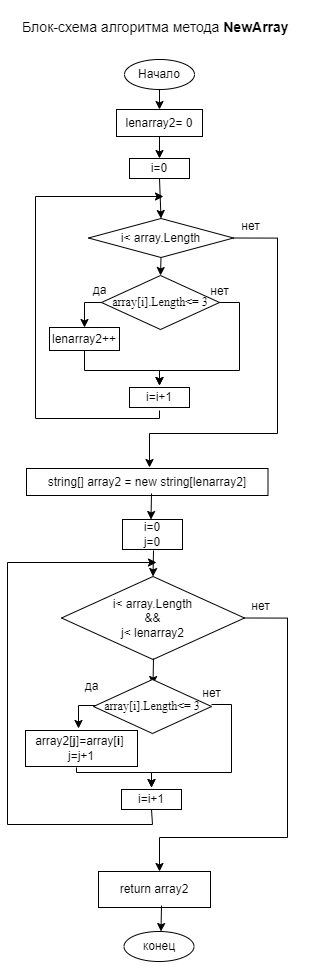
This is BLOCK_DIAGRAM/diagram.png from Nataly-25-11/FINAL_TASK, a draw.io export, as it was before one commit. Source tidied: cells renumbered, new cells last; positions are measured from the earlier drawing's top-left corner, leaving out a move shared by most shapes. The source it was exported from:
```xml
<mxGraphModel background="#ffffff">
  <root>
    <mxCell id="0" />
    <mxCell id="1" parent="0" />
    <mxCell id="2" style="edgeStyle=orthogonalEdgeStyle;rounded=0;jettySize=auto;html=1;exitX=0.5;exitY=1;exitDx=0;exitDy=0;entryX=0.5;entryY=0;entryDx=0;entryDy=0;" parent="1" edge="1" source="3">
      <mxGeometry relative="1" as="geometry">
        <mxPoint x="152" y="109" as="targetPoint" />
      </mxGeometry>
    </mxCell>
    <mxCell id="3" value="&lt;p align=&quot;center&quot; class=&quot;MsoNormal&quot;&gt;Начало&lt;/p&gt;" style="ellipse;whiteSpace=wrap;html=1;" parent="1" vertex="1">
      <mxGeometry x="117" y="59" width="70" height="30" as="geometry" />
    </mxCell>
    <mxCell id="4" style="edgeStyle=orthogonalEdgeStyle;rounded=0;jettySize=auto;html=1;exitX=0.5;exitY=1;exitDx=0;exitDy=0;entryX=0.5;entryY=0;entryDx=0;entryDy=0;" parent="1" edge="1" source="5" target="7">
      <mxGeometry relative="1" as="geometry" />
    </mxCell>
    <mxCell id="5" value="&lt;span lang=&quot;EN-US&quot;&gt;lenarray2= 0&lt;/span&gt;" style="rounded=0;whiteSpace=wrap;html=1;" parent="1" vertex="1">
      <mxGeometry x="109" y="109" width="86" height="27" as="geometry" />
    </mxCell>
    <mxCell id="6" style="edgeStyle=none;rounded=0;jettySize=auto;html=1;exitX=0.5;exitY=1;exitDx=0;exitDy=0;entryX=0.5;entryY=0;entryDx=0;entryDy=0;" parent="1" edge="1" source="7" target="10">
      <mxGeometry relative="1" as="geometry" />
    </mxCell>
    <mxCell id="7" value="i=0" style="rounded=0;whiteSpace=wrap;html=1;" parent="1" vertex="1">
      <mxGeometry x="122" y="158" width="60" height="20" as="geometry" />
    </mxCell>
    <mxCell id="8" style="edgeStyle=orthogonalEdgeStyle;rounded=0;jettySize=auto;html=1;exitX=0.5;exitY=1;exitDx=0;exitDy=0;entryX=0.5;entryY=0;entryDx=0;entryDy=0;" parent="1" edge="1" source="10" target="13">
      <mxGeometry relative="1" as="geometry" />
    </mxCell>
    <mxCell id="9" style="edgeStyle=orthogonalEdgeStyle;rounded=0;jettySize=auto;html=1;exitX=1;exitY=0.5;exitDx=0;exitDy=0;" parent="1" edge="1" source="10">
      <mxGeometry relative="1" as="geometry">
        <mxPoint x="142" y="467" as="targetPoint" />
        <Array as="points">
          <mxPoint x="270" y="238" />
          <mxPoint x="270" y="433" />
          <mxPoint x="142" y="433" />
        </Array>
      </mxGeometry>
    </mxCell>
    <mxCell id="10" value="&lt;span lang=&quot;EN-US&quot;&gt;i&amp;lt; array.Length&lt;/span&gt;" style="rhombus;whiteSpace=wrap;html=1;" parent="1" vertex="1">
      <mxGeometry x="81" y="218" width="145" height="39" as="geometry" />
    </mxCell>
    <mxCell id="11" style="edgeStyle=orthogonalEdgeStyle;rounded=0;jettySize=auto;html=1;exitX=0;exitY=0.5;exitDx=0;exitDy=0;entryX=0.5;entryY=0;entryDx=0;entryDy=0;" parent="1" edge="1" source="13" target="15">
      <mxGeometry relative="1" as="geometry" />
    </mxCell>
    <mxCell id="12" style="edgeStyle=orthogonalEdgeStyle;rounded=0;orthogonalLoop=1;jettySize=auto;html=1;exitX=1;exitY=0.5;exitDx=0;exitDy=0;entryX=0.5;entryY=0;entryDx=0;entryDy=0;" parent="1" edge="1">
      <mxGeometry relative="1" as="geometry">
        <mxPoint x="212" y="302" as="sourcePoint" />
        <mxPoint x="152" y="385" as="targetPoint" />
        <Array as="points">
          <mxPoint x="232" y="302" />
          <mxPoint x="232" y="370" />
          <mxPoint x="152" y="370" />
        </Array>
      </mxGeometry>
    </mxCell>
    <mxCell id="13" value="&lt;span lang=&quot;EN-US&quot;&gt;&lt;font style=&quot;font-size: 12px;&quot; face=&quot;Times New Roman&quot;&gt;array[i].Length&amp;lt;= 3&lt;/font&gt;&lt;/span&gt;" style="rhombus;whiteSpace=wrap;html=1;" parent="1" vertex="1">
      <mxGeometry x="94" y="275" width="118" height="54" as="geometry" />
    </mxCell>
    <mxCell id="14" style="edgeStyle=orthogonalEdgeStyle;rounded=0;jettySize=auto;html=1;exitX=0.5;exitY=1;exitDx=0;exitDy=0;" parent="1" edge="1" source="15">
      <mxGeometry relative="1" as="geometry">
        <mxPoint x="152" y="385" as="targetPoint" />
        <Array as="points">
          <mxPoint x="77" y="370" />
          <mxPoint x="152" y="370" />
        </Array>
      </mxGeometry>
    </mxCell>
    <mxCell id="15" value="&lt;p class=&quot;MsoNormal&quot;&gt;&lt;span lang=&quot;EN-US&quot;&gt;lenarray2++&lt;/span&gt;&lt;/p&gt;" style="rounded=0;whiteSpace=wrap;html=1;" parent="1" vertex="1">
      <mxGeometry x="42" y="327" width="70" height="23" as="geometry" />
    </mxCell>
    <mxCell id="16" style="edgeStyle=orthogonalEdgeStyle;rounded=0;orthogonalLoop=1;jettySize=auto;html=1;" parent="1" edge="1">
      <mxGeometry relative="1" as="geometry">
        <mxPoint x="152" y="410" as="sourcePoint" />
        <mxPoint x="156" y="196" as="targetPoint" />
        <Array as="points">
          <mxPoint x="152" y="418" />
          <mxPoint x="28" y="418" />
          <mxPoint x="28" y="196" />
        </Array>
      </mxGeometry>
    </mxCell>
    <mxCell id="17" value="i=i+1" style="rounded=0;whiteSpace=wrap;html=1;" parent="1" vertex="1">
      <mxGeometry x="122" y="387" width="60" height="20" as="geometry" />
    </mxCell>
    <mxCell id="18" value="нет" style="text;html=1;align=center;verticalAlign=middle;strokeColor=none;fillColor=none;" parent="1" vertex="1">
      <mxGeometry x="192" y="276" width="40" height="30" as="geometry" />
    </mxCell>
    <mxCell id="19" value="да" style="text;html=1;align=center;verticalAlign=middle;strokeColor=none;fillColor=none;" parent="1" vertex="1">
      <mxGeometry x="72" y="275" width="40" height="30" as="geometry" />
    </mxCell>
    <mxCell id="20" value="&lt;p align=&quot;center&quot; class=&quot;MsoNormal&quot;&gt;конец&lt;/p&gt;" style="ellipse;whiteSpace=wrap;html=1;" parent="1" vertex="1">
      <mxGeometry x="116.5" y="931" width="70" height="30" as="geometry" />
    </mxCell>
    <mxCell id="21" value="&lt;p class=&quot;MsoNormal&quot;&gt;&lt;font style=&quot;font-size: 14px;&quot;&gt;Блок-схема алгоритма метода &lt;b&gt;NewArray&lt;/b&gt;&lt;/font&gt;&lt;/p&gt;" style="text;whiteSpace=wrap;html=1;" parent="1" vertex="1">
      <mxGeometry x="13" width="305" height="50" as="geometry" />
    </mxCell>
    <mxCell id="22" value="&lt;span lang=&quot;EN-US&quot;&gt;string[] array2 = new string[lenarray2]&lt;/span&gt;" style="rounded=0;whiteSpace=wrap;html=1;" parent="1" vertex="1">
      <mxGeometry x="19" y="468" width="241.5" height="27" as="geometry" />
    </mxCell>
    <mxCell id="23" value="i=0&lt;br&gt;&lt;span style=&quot;font-size:11.0pt;line-height:&lt;br/&gt;107%;font-family:&amp;quot;Calibri&amp;quot;,sans-serif;mso-ascii-theme-font:minor-latin;&lt;br/&gt;mso-fareast-font-family:Calibri;mso-fareast-theme-font:minor-latin;mso-hansi-theme-font:&lt;br/&gt;minor-latin;mso-bidi-font-family:&amp;quot;Times New Roman&amp;quot;;mso-bidi-theme-font:minor-bidi;&lt;br/&gt;mso-ansi-language:EN-US;mso-fareast-language:EN-US;mso-bidi-language:AR-SA&quot; lang=&quot;EN-US&quot;&gt;j=0&lt;/span&gt;" style="rounded=0;whiteSpace=wrap;html=1;" parent="1" vertex="1">
      <mxGeometry x="115" y="519" width="60" height="30" as="geometry" />
    </mxCell>
    <mxCell id="24" style="edgeStyle=none;rounded=0;orthogonalLoop=1;jettySize=auto;html=1;entryX=0.5;entryY=0;entryDx=0;entryDy=0;" parent="1" edge="1">
      <mxGeometry relative="1" as="geometry">
        <mxPoint x="144" y="493" as="sourcePoint" />
        <mxPoint x="143.5" y="519" as="targetPoint" />
      </mxGeometry>
    </mxCell>
    <mxCell id="25" value="&lt;span lang=&quot;EN-US&quot;&gt;i&amp;lt; array.Length&lt;br&gt;&lt;span lang=&quot;EN-US&quot;&gt;&amp;amp;&amp;amp;&lt;br&gt;j&amp;lt; lenarray2&lt;/span&gt;&lt;br&gt;&lt;/span&gt;" style="rhombus;whiteSpace=wrap;html=1;" parent="1" vertex="1">
      <mxGeometry x="54" y="576" width="183" height="83" as="geometry" />
    </mxCell>
    <mxCell id="26" style="edgeStyle=none;rounded=0;orthogonalLoop=1;jettySize=auto;html=1;entryX=0.5;entryY=0;entryDx=0;entryDy=0;" parent="1" edge="1">
      <mxGeometry relative="1" as="geometry">
        <mxPoint x="146" y="550" as="sourcePoint" />
        <mxPoint x="145.5" y="576" as="targetPoint" />
      </mxGeometry>
    </mxCell>
    <mxCell id="27" style="edgeStyle=none;rounded=0;orthogonalLoop=1;jettySize=auto;html=1;entryX=0.5;entryY=0;entryDx=0;entryDy=0;" parent="1" edge="1">
      <mxGeometry relative="1" as="geometry">
        <mxPoint x="146" y="658" as="sourcePoint" />
        <mxPoint x="145.5" y="684" as="targetPoint" />
      </mxGeometry>
    </mxCell>
    <mxCell id="28" style="edgeStyle=orthogonalEdgeStyle;rounded=0;orthogonalLoop=1;jettySize=auto;html=1;exitX=1;exitY=0.5;exitDx=0;exitDy=0;entryX=0.5;entryY=0;entryDx=0;entryDy=0;" parent="1" edge="1">
      <mxGeometry relative="1" as="geometry">
        <mxPoint x="204" y="704" as="sourcePoint" />
        <mxPoint x="144" y="787" as="targetPoint" />
        <Array as="points">
          <mxPoint x="224" y="704" />
          <mxPoint x="224" y="772" />
          <mxPoint x="144" y="772" />
        </Array>
      </mxGeometry>
    </mxCell>
    <mxCell id="29" value="&lt;span style=&quot;font-family: &amp;quot;Times New Roman&amp;quot;;&quot;&gt;array[i].Length&amp;lt;= 3&lt;/span&gt;" style="rhombus;whiteSpace=wrap;html=1;" parent="1" vertex="1">
      <mxGeometry x="86" y="679" width="118" height="54" as="geometry" />
    </mxCell>
    <mxCell id="30" value="&lt;span style=&quot;background-color: initial;&quot;&gt;array2[&lt;b&gt;j&lt;/b&gt;]=array[&lt;b&gt;i&lt;/b&gt;]&amp;nbsp;&lt;/span&gt;&lt;br&gt;&lt;span style=&quot;background-color: initial;&quot;&gt;j=j+1&lt;/span&gt;" style="rounded=0;whiteSpace=wrap;html=1;align=center;" parent="1" vertex="1">
      <mxGeometry x="18" y="730" width="112" height="36" as="geometry" />
    </mxCell>
    <mxCell id="31" value="i=i+1" style="rounded=0;whiteSpace=wrap;html=1;" parent="1" vertex="1">
      <mxGeometry x="114" y="789" width="60" height="20" as="geometry" />
    </mxCell>
    <mxCell id="32" value="нет" style="text;html=1;align=center;verticalAlign=middle;strokeColor=none;fillColor=none;" parent="1" vertex="1">
      <mxGeometry x="184" y="678" width="40" height="30" as="geometry" />
    </mxCell>
    <mxCell id="33" value="да" style="text;html=1;align=center;verticalAlign=middle;strokeColor=none;fillColor=none;" parent="1" vertex="1">
      <mxGeometry x="64" y="671" width="40" height="30" as="geometry" />
    </mxCell>
    <mxCell id="34" style="edgeStyle=orthogonalEdgeStyle;rounded=0;orthogonalLoop=1;jettySize=auto;html=1;exitX=0;exitY=0.5;exitDx=0;exitDy=0;entryX=0.5;entryY=0;entryDx=0;entryDy=0;" parent="1" edge="1">
      <mxGeometry relative="1" as="geometry">
        <mxPoint x="88" y="705" as="sourcePoint" />
        <mxPoint x="71" y="728" as="targetPoint" />
      </mxGeometry>
    </mxCell>
    <mxCell id="35" style="edgeStyle=orthogonalEdgeStyle;rounded=0;orthogonalLoop=1;jettySize=auto;html=1;" parent="1" edge="1">
      <mxGeometry relative="1" as="geometry">
        <mxPoint x="69" y="767" as="sourcePoint" />
        <mxPoint x="144" y="787" as="targetPoint" />
        <Array as="points">
          <mxPoint x="69" y="772" />
          <mxPoint x="144" y="772" />
        </Array>
      </mxGeometry>
    </mxCell>
    <mxCell id="36" style="edgeStyle=orthogonalEdgeStyle;rounded=0;jettySize=auto;html=1;exitX=0.5;exitY=1;exitDx=0;exitDy=0;" parent="1" edge="1" source="31">
      <mxGeometry relative="1" as="geometry">
        <mxPoint x="149" y="562" as="targetPoint" />
        <Array as="points">
          <mxPoint x="145" y="809" />
          <mxPoint x="145" y="824" />
          <mxPoint y="824" />
          <mxPoint y="562" />
        </Array>
      </mxGeometry>
    </mxCell>
    <mxCell id="37" value="&lt;span style=&quot;color: rgba(0, 0, 0, 0); font-family: monospace; font-size: 0px; text-align: start;&quot;&gt;%3CmxGraphModel%3E%3Croot%3E%3CmxCell%20id%3D%220%22%2F%3E%3CmxCell%20id%3D%221%22%20parent%3D%220%22%2F%3E%3CmxCell%20id%3D%222%22%20value%3D%22%D0%BD%D0%B5%D1%82%22%20style%3D%22text%3Bhtml%3D1%3Balign%3Dcenter%3BverticalAlign%3Dmiddle%3Bresizable%3D0%3Bpoints%3D%5B%5D%3Bautosize%3D1%3BstrokeColor%3Dnone%3BfillColor%3Dnone%3B%22%20vertex%3D%221%22%20parent%3D%221%22%3E%3CmxGeometry%20x%3D%22260%22%20y%3D%22307%22%20width%3D%2240%22%20height%3D%2230%22%20as%3D%22geometry%22%2F%3E%3C%2FmxCell%3E%3C%2Froot%3E%3C%2FmxGraphModel%3E&lt;/span&gt;" style="text;html=1;align=center;verticalAlign=middle;strokeColor=none;fillColor=none;" parent="1" vertex="1">
      <mxGeometry x="243" y="207" width="18" height="26" as="geometry" />
    </mxCell>
    <mxCell id="38" value="нет" style="text;html=1;align=center;verticalAlign=middle;strokeColor=none;fillColor=none;" parent="1" vertex="1">
      <mxGeometry x="223" y="211" width="40" height="30" as="geometry" />
    </mxCell>
    <mxCell id="39" style="edgeStyle=orthogonalEdgeStyle;rounded=0;jettySize=auto;html=1;exitX=1;exitY=0.5;exitDx=0;exitDy=0;" parent="1" edge="1" source="25">
      <mxGeometry relative="1" as="geometry">
        <mxPoint x="152" y="871" as="targetPoint" />
        <Array as="points">
          <mxPoint x="280" y="617" />
          <mxPoint x="280" y="837" />
          <mxPoint x="152" y="837" />
        </Array>
      </mxGeometry>
    </mxCell>
    <mxCell id="40" value="нет" style="text;html=1;align=center;verticalAlign=middle;strokeColor=none;fillColor=none;" parent="1" vertex="1">
      <mxGeometry x="233" y="591" width="40" height="30" as="geometry" />
    </mxCell>
    <mxCell id="41" value="&lt;span&gt;return array2&lt;/span&gt;" style="rounded=0;whiteSpace=wrap;html=1;align=center;" parent="1" vertex="1">
      <mxGeometry x="91" y="871" width="112" height="36" as="geometry" />
    </mxCell>
    <mxCell id="42" style="edgeStyle=none;rounded=0;orthogonalLoop=1;jettySize=auto;html=1;entryX=0.5;entryY=0;entryDx=0;entryDy=0;" parent="1" edge="1">
      <mxGeometry relative="1" as="geometry">
        <mxPoint x="154" y="905" as="sourcePoint" />
        <mxPoint x="153.5" y="931" as="targetPoint" />
      </mxGeometry>
    </mxCell>
  </root>
</mxGraphModel>
```
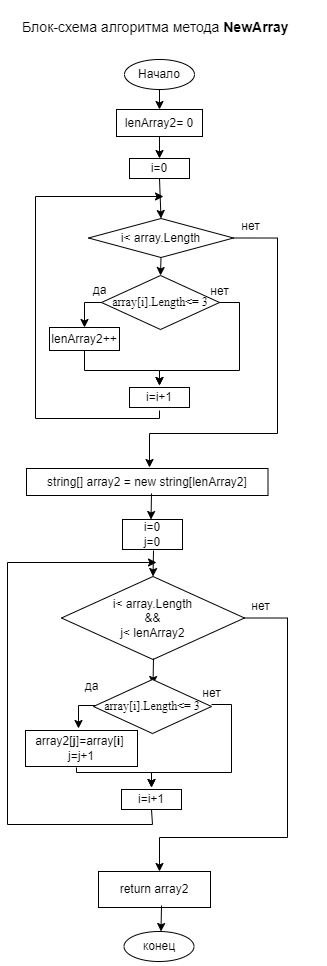
After the commit.

Commit message:
Корректировка блок-схемы

The edit, as a diff of the source:
```diff
@@ -13,7 +13,7 @@
     <mxCell id="4" style="edgeStyle=orthogonalEdgeStyle;rounded=0;jettySize=auto;html=1;exitX=0.5;exitY=1;exitDx=0;exitDy=0;entryX=0.5;entryY=0;entryDx=0;entryDy=0;" parent="1" edge="1" source="5" target="7">
       <mxGeometry relative="1" as="geometry" />
     </mxCell>
-    <mxCell id="5" value="&lt;span lang=&quot;EN-US&quot;&gt;lenarray2= 0&lt;/span&gt;" style="rounded=0;whiteSpace=wrap;html=1;" parent="1" vertex="1">
+    <mxCell id="5" value="&lt;span lang=&quot;EN-US&quot;&gt;lenArray2= 0&lt;/span&gt;" style="rounded=0;whiteSpace=wrap;html=1;" parent="1" vertex="1">
       <mxGeometry x="109" y="109" width="86" height="27" as="geometry" />
     </mxCell>
     <mxCell id="6" style="edgeStyle=none;rounded=0;jettySize=auto;html=1;exitX=0.5;exitY=1;exitDx=0;exitDy=0;entryX=0.5;entryY=0;entryDx=0;entryDy=0;" parent="1" edge="1" source="7" target="10">
@@ -64,7 +64,7 @@
         </Array>
       </mxGeometry>
     </mxCell>
-    <mxCell id="15" value="&lt;p class=&quot;MsoNormal&quot;&gt;&lt;span lang=&quot;EN-US&quot;&gt;lenarray2++&lt;/span&gt;&lt;/p&gt;" style="rounded=0;whiteSpace=wrap;html=1;" parent="1" vertex="1">
+    <mxCell id="15" value="&lt;p class=&quot;MsoNormal&quot;&gt;&lt;span lang=&quot;EN-US&quot;&gt;lenArray2++&lt;/span&gt;&lt;/p&gt;" style="rounded=0;whiteSpace=wrap;html=1;" parent="1" vertex="1">
       <mxGeometry x="42" y="327" width="70" height="23" as="geometry" />
     </mxCell>
     <mxCell id="16" style="edgeStyle=orthogonalEdgeStyle;rounded=0;orthogonalLoop=1;jettySize=auto;html=1;" parent="1" edge="1">
@@ -93,7 +93,7 @@
     <mxCell id="21" value="&lt;p class=&quot;MsoNormal&quot;&gt;&lt;font style=&quot;font-size: 14px;&quot;&gt;Блок-схема алгоритма метода &lt;b&gt;NewArray&lt;/b&gt;&lt;/font&gt;&lt;/p&gt;" style="text;whiteSpace=wrap;html=1;" parent="1" vertex="1">
       <mxGeometry x="13" width="305" height="50" as="geometry" />
     </mxCell>
-    <mxCell id="22" value="&lt;span lang=&quot;EN-US&quot;&gt;string[] array2 = new string[lenarray2]&lt;/span&gt;" style="rounded=0;whiteSpace=wrap;html=1;" parent="1" vertex="1">
+    <mxCell id="22" value="&lt;span lang=&quot;EN-US&quot;&gt;string[] array2 = new string[lenArray2]&lt;/span&gt;" style="rounded=0;whiteSpace=wrap;html=1;" parent="1" vertex="1">
       <mxGeometry x="19" y="468" width="241.5" height="27" as="geometry" />
     </mxCell>
     <mxCell id="23" value="i=0&lt;br&gt;&lt;span style=&quot;font-size:11.0pt;line-height:&lt;br/&gt;107%;font-family:&amp;quot;Calibri&amp;quot;,sans-serif;mso-ascii-theme-font:minor-latin;&lt;br/&gt;mso-fareast-font-family:Calibri;mso-fareast-theme-font:minor-latin;mso-hansi-theme-font:&lt;br/&gt;minor-latin;mso-bidi-font-family:&amp;quot;Times New Roman&amp;quot;;mso-bidi-theme-font:minor-bidi;&lt;br/&gt;mso-ansi-language:EN-US;mso-fareast-language:EN-US;mso-bidi-language:AR-SA&quot; lang=&quot;EN-US&quot;&gt;j=0&lt;/span&gt;" style="rounded=0;whiteSpace=wrap;html=1;" parent="1" vertex="1">
@@ -105,7 +105,7 @@
         <mxPoint x="143.5" y="519" as="targetPoint" />
       </mxGeometry>
     </mxCell>
-    <mxCell id="25" value="&lt;span lang=&quot;EN-US&quot;&gt;i&amp;lt; array.Length&lt;br&gt;&lt;span lang=&quot;EN-US&quot;&gt;&amp;amp;&amp;amp;&lt;br&gt;j&amp;lt; lenarray2&lt;/span&gt;&lt;br&gt;&lt;/span&gt;" style="rhombus;whiteSpace=wrap;html=1;" parent="1" vertex="1">
+    <mxCell id="25" value="&lt;span lang=&quot;EN-US&quot;&gt;i&amp;lt; array.Length&lt;br&gt;&lt;span lang=&quot;EN-US&quot;&gt;&amp;amp;&amp;amp;&lt;br&gt;j&amp;lt; lenArray2&lt;/span&gt;&lt;br&gt;&lt;/span&gt;" style="rhombus;whiteSpace=wrap;html=1;" parent="1" vertex="1">
       <mxGeometry x="54" y="576" width="183" height="83" as="geometry" />
     </mxCell>
     <mxCell id="26" style="edgeStyle=none;rounded=0;orthogonalLoop=1;jettySize=auto;html=1;entryX=0.5;entryY=0;entryDx=0;entryDy=0;" parent="1" edge="1">
```
